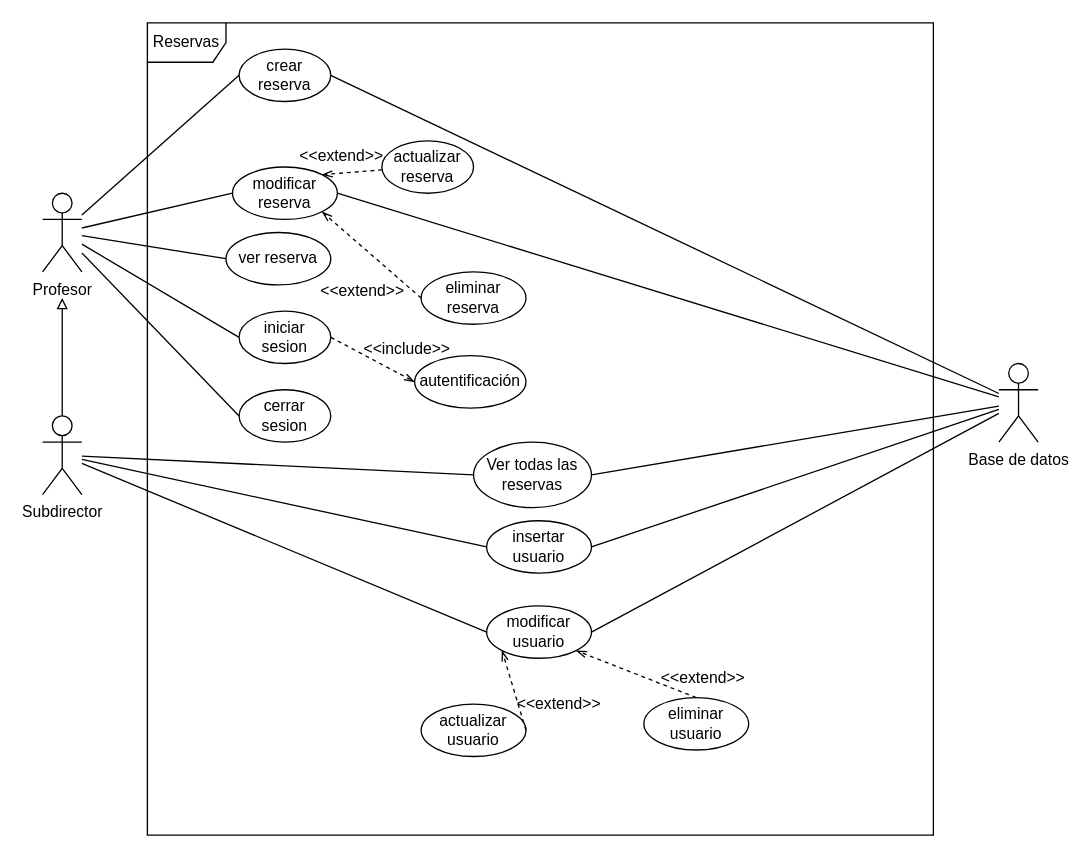
This is Diagramas/DiagramaCasosDeUso.drawio from juanjesusrv/Proyecto-php, a draw.io file, before an edit. Source tidied: cells renumbered, new cells numbered last; positions are measured from the earlier drawing's top-left corner, leaving out a move shared by most shapes. Both pictures are drawn from the tidied source at 131%, with x=0, y=0 at pixel (42, 22).
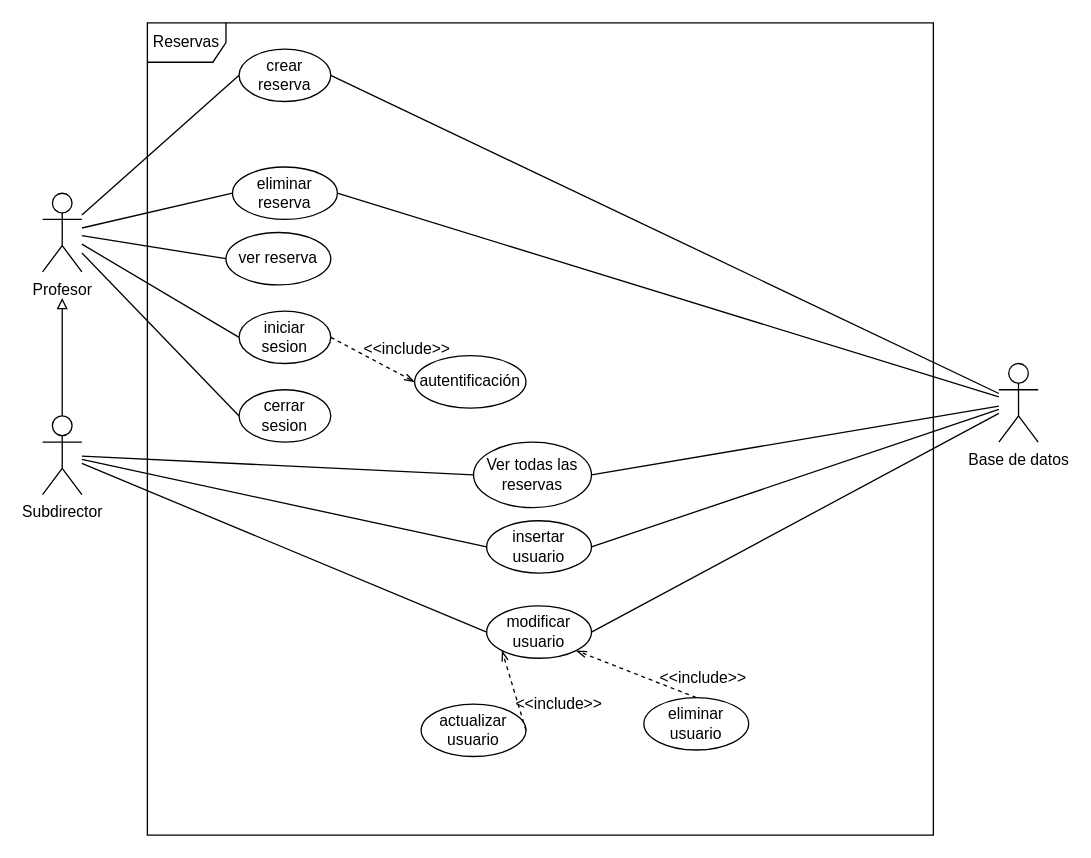
After the change.

What changed in the source:
```diff
@@
-    <mxCell id="21" value="modificar reserva" style="ellipse;whiteSpace=wrap;html=1;" parent="1" vertex="1">
+    <mxCell id="21" value="eliminar reserva" style="ellipse;whiteSpace=wrap;html=1;" parent="1" vertex="1">
       <mxGeometry x="145" y="110" width="80" height="40" as="geometry" />
     </mxCell>
@@
-    <mxCell id="23" style="rounded=0;jettySize=auto;html=1;entryX=1;entryY=0;entryDx=0;entryDy=0;dashed=1;endArrow=openThin;endFill=0;" parent="1" edge="1" source="24" target="21">
-      <mxGeometry relative="1" as="geometry" />
-    </mxCell>
-    <mxCell id="24" value="actualizar reserva" style="ellipse;whiteSpace=wrap;html=1;" parent="1" vertex="1">
-      <mxGeometry x="259" y="90" width="70" height="40" as="geometry" />
-    </mxCell>
-    <mxCell id="25" value="eliminar reserva" style="ellipse;whiteSpace=wrap;html=1;" parent="1" vertex="1">
-      <mxGeometry x="289" y="190" width="80" height="40" as="geometry" />
-    </mxCell>
@@
-    <mxCell id="31" style="rounded=0;jettySize=auto;html=1;entryX=1;entryY=1;entryDx=0;entryDy=0;dashed=1;endArrow=openThin;endFill=0;exitX=0;exitY=0.5;exitDx=0;exitDy=0;" parent="1" edge="1" source="25" target="21">
-      <mxGeometry relative="1" as="geometry" />
-    </mxCell>
@@
-    <mxCell id="34" value="&amp;lt;&amp;lt;extend&amp;gt;&amp;gt;" style="text;html=1;align=center;verticalAlign=middle;strokeColor=none;fillColor=none;" parent="1" vertex="1">
-      <mxGeometry x="183" y="87" width="90" height="30" as="geometry" />
-    </mxCell>
-    <mxCell id="35" value="&amp;lt;&amp;lt;extend&amp;gt;&amp;gt;" style="text;html=1;align=center;verticalAlign=middle;strokeColor=none;fillColor=none;" parent="1" vertex="1">
-      <mxGeometry x="199" y="190" width="90" height="30" as="geometry" />
-    </mxCell>
-    <mxCell id="36" value="&amp;lt;&amp;lt;extend&amp;gt;&amp;gt;" style="text;html=1;align=center;verticalAlign=middle;strokeColor=none;fillColor=none;" parent="1" vertex="1">
+    <mxCell id="36" value="&amp;lt;&amp;lt;include&amp;gt;&amp;gt;" style="text;html=1;align=center;verticalAlign=middle;strokeColor=none;fillColor=none;" parent="1" vertex="1">
       <mxGeometry x="349" y="505" width="90" height="30" as="geometry" />
     </mxCell>
-    <mxCell id="37" value="&amp;lt;&amp;lt;extend&amp;gt;&amp;gt;" style="text;html=1;align=center;verticalAlign=middle;strokeColor=none;fillColor=none;" parent="1" vertex="1">
+    <mxCell id="37" value="&amp;lt;&amp;lt;include&amp;gt;&amp;gt;" style="text;html=1;align=center;verticalAlign=middle;strokeColor=none;fillColor=none;" parent="1" vertex="1">
       <mxGeometry x="459" y="485" width="90" height="30" as="geometry" />
     </mxCell>
```
